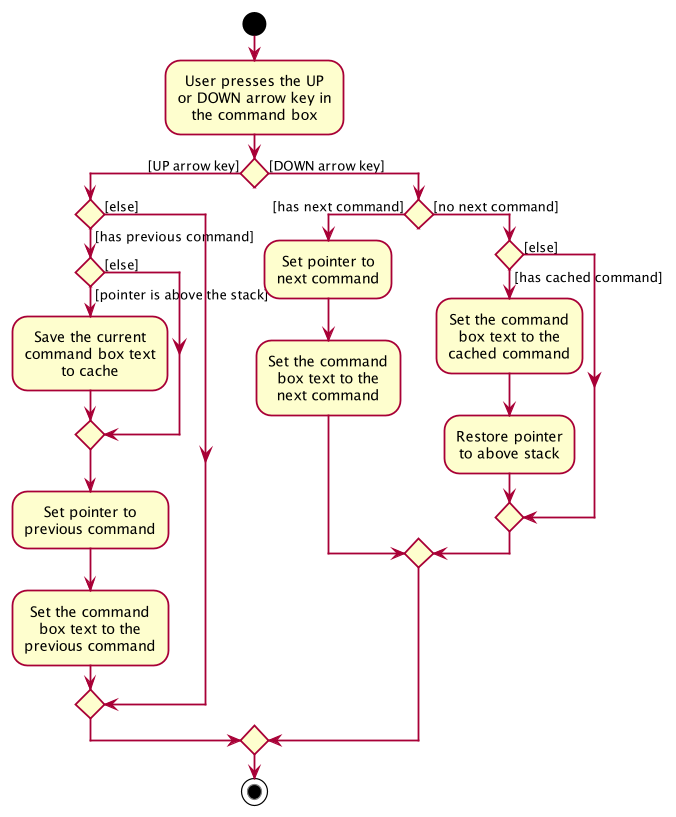
Earlier version of the PlantUML export docs/images/CommandRecallActivityDiagram.png (ypinhsuan/tp). The source it was exported from:
```plantuml
@startuml








skinparam BackgroundColor #FFFFFFF

skinparam Shadowing false

skinparam Class {
    FontColor #FFFFFF
    BorderThickness 1
    BorderColor #FFFFFF
    StereotypeFontColor #FFFFFF
    FontName Arial
}

skinparam Actor {
    BorderColor #000000
    Color #000000
    FontName Arial
}

skinparam Sequence {
    MessageAlign center
    BoxFontSize 15
    BoxPadding 0
    BoxFontColor #FFFFFF
    FontName Arial
}

skinparam Participant {
    FontColor #FFFFFFF
    Padding 20
}

skinparam MinClassWidth 50
skinparam ParticipantPadding 10
skinparam Shadowing false
skinparam DefaultTextAlignment center
skinparam packageStyle Rectangle

hide footbox
hide members
hide circle

start

:User presses the UP
or DOWN arrow key in
the command box;


if () then ([UP arrow key])
    if () then ([has previous command])
        if () then ([pointer is above the stack])
            :Save the current
            command box text
            to cache;
        else ([else])
        endif
        :Set pointer to
        previous command;
        :Set the command
        box text to the
        previous command;
    else ([else])
    endif
else ([DOWN arrow key])
    if () then ([has next command])
        :Set pointer to
        next command;
        :Set the command
        box text to the
        next command;
    else ([no next command])
        if () then ([has cached command])
            :Set the command
            box text to the
            cached command;
            :Restore pointer
            to above stack;
        else ([else])
        endif
    endif
endif

stop

@enduml
```
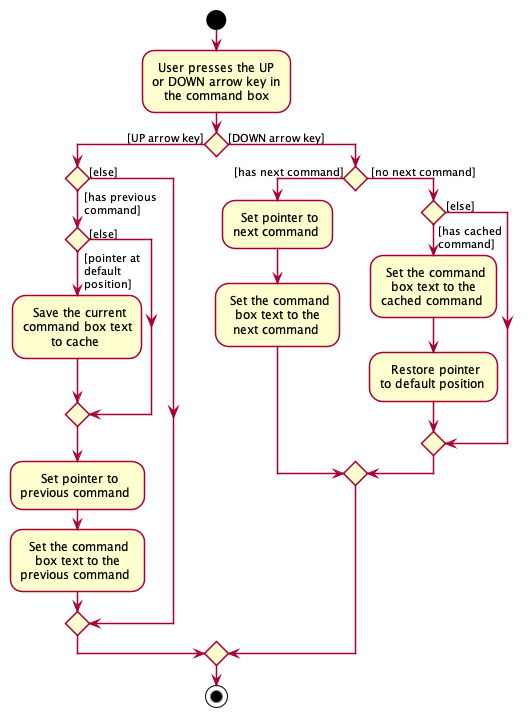
After the change.

Commit message:
Increase readability of diagram

What changed in the source:
```diff
@@ -56,34 +56,34 @@
 
 
 if () then ([UP arrow key])
-    if () then ([has previous command])
-        if () then ([pointer is above the stack])
-            :Save the current
+    if () then ( [has previous\n command]\n)
+        if () then ( [pointer at\n default\n position]\n)
+            : Save the current
             command box text
-            to cache;
+            to cache ;
         else ([else])
         endif
-        :Set pointer to
-        previous command;
-        :Set the command
+        : Set pointer to
+        previous command ;
+        : Set the command
         box text to the
-        previous command;
+        previous command ;
     else ([else])
     endif
 else ([DOWN arrow key])
     if () then ([has next command])
-        :Set pointer to
-        next command;
-        :Set the command
+        : Set pointer to
+        next command ;
+        : Set the command
         box text to the
-        next command;
-    else ([no next command])
-        if () then ([has cached command])
-            :Set the command
+        next command ;
+    else ( [no next command])
+        if () then ([has cached\ncommand])
+            : Set the command
             box text to the
-            cached command;
-            :Restore pointer
-            to above stack;
+            cached command ;
+            : Restore pointer
+            to default position ;
         else ([else])
         endif
     endif
```
